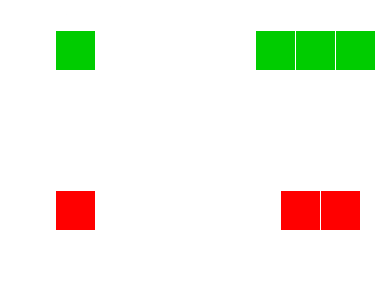
Above: docs/Wiki/Parallelisation/diagrams/rendered/twoThreads.png in butterplup/Task-Scheduler (draw.io), before the change. Source tidied: cells renumbered, new cells last; positions are measured from the earlier drawing's top-left corner, leaving out a move shared by most shapes. The source it was exported from:
```xml
<mxGraphModel>
  <root>
    <mxCell id="0" />
    <mxCell id="1" parent="0" />
    <mxCell id="2" style="whiteSpace=wrap;html=1;fillColor=#00CC00;strokeColor=#FFFFFF;" parent="1" vertex="1">
      <mxGeometry x="55" y="30" width="40" height="40" as="geometry" />
    </mxCell>
    <mxCell id="3" style="whiteSpace=wrap;html=1;fillColor=#00CC00;strokeColor=#FFFFFF;" parent="1" vertex="1">
      <mxGeometry x="255" y="30" width="40" height="40" as="geometry" />
    </mxCell>
    <mxCell id="4" style="whiteSpace=wrap;html=1;fillColor=#00CC00;strokeColor=#FFFFFF;" parent="1" vertex="1">
      <mxGeometry x="295" y="30" width="40" height="40" as="geometry" />
    </mxCell>
    <mxCell id="5" style="whiteSpace=wrap;html=1;fillColor=#00CC00;strokeColor=#FFFFFF;" parent="1" vertex="1">
      <mxGeometry x="335" y="30" width="40" height="40" as="geometry" />
    </mxCell>
    <mxCell id="6" value="After Expansion" style="text;html=1;strokeColor=none;fillColor=none;align=center;verticalAlign=middle;whiteSpace=wrap;rounded=0;fontColor=#FFFFFF;" parent="1" vertex="1">
      <mxGeometry x="270" width="90" height="20" as="geometry" />
    </mxCell>
    <mxCell id="7" value="Thread 1's Schedule Stack" style="text;html=1;strokeColor=none;fillColor=none;align=center;verticalAlign=middle;whiteSpace=wrap;rounded=0;fontColor=#FFFFFF;" parent="1" vertex="1">
      <mxGeometry width="150" height="20" as="geometry" />
    </mxCell>
    <mxCell id="8" style="endArrow=classic;html=1;exitX=0.5;exitY=1;exitDx=0;exitDy=0;entryX=0.5;entryY=1;entryDx=0;entryDy=0;curved=1;strokeColor=#FFFFFF;" parent="1" edge="1" source="2" target="3">
      <mxGeometry relative="1" as="geometry">
        <Array as="points">
          <mxPoint x="175" y="160" />
        </Array>
      </mxGeometry>
    </mxCell>
    <mxCell id="9" style="endArrow=classic;html=1;exitX=0.5;exitY=1;exitDx=0;exitDy=0;entryX=0.5;entryY=1;entryDx=0;entryDy=0;curved=1;strokeColor=#FFFFFF;" parent="1" edge="1" source="2" target="4">
      <mxGeometry relative="1" as="geometry">
        <Array as="points">
          <mxPoint x="185" y="170" />
        </Array>
      </mxGeometry>
    </mxCell>
    <mxCell id="10" style="endArrow=classic;html=1;exitX=0.5;exitY=1;exitDx=0;exitDy=0;entryX=0.5;entryY=1;entryDx=0;entryDy=0;curved=1;strokeColor=#FFFFFF;" parent="1" edge="1" source="2" target="5">
      <mxGeometry relative="1" as="geometry">
        <Array as="points">
          <mxPoint x="195" y="180" />
        </Array>
      </mxGeometry>
    </mxCell>
    <mxCell id="11" style="whiteSpace=wrap;html=1;fillColor=#FF0000;strokeColor=#FFFFFF;" parent="1" vertex="1">
      <mxGeometry x="55" y="190" width="40" height="40" as="geometry" />
    </mxCell>
    <mxCell id="12" style="whiteSpace=wrap;html=1;fillColor=#FF0000;strokeColor=#FFFFFF;" parent="1" vertex="1">
      <mxGeometry x="280" y="190" width="40" height="40" as="geometry" />
    </mxCell>
    <mxCell id="13" style="whiteSpace=wrap;html=1;fillColor=#FF0000;strokeColor=#FFFFFF;" parent="1" vertex="1">
      <mxGeometry x="320" y="190" width="40" height="40" as="geometry" />
    </mxCell>
    <mxCell id="14" value="After Expansion" style="text;html=1;strokeColor=none;fillColor=none;align=center;verticalAlign=middle;whiteSpace=wrap;rounded=0;fontColor=#FFFFFF;" parent="1" vertex="1">
      <mxGeometry x="270" y="160" width="100" height="20" as="geometry" />
    </mxCell>
    <mxCell id="15" value="Thread 2's Schedule Stack" style="text;html=1;strokeColor=none;fillColor=none;align=center;verticalAlign=middle;whiteSpace=wrap;rounded=0;fontColor=#FFFFFF;" parent="1" vertex="1">
      <mxGeometry y="160" width="150" height="20" as="geometry" />
    </mxCell>
    <mxCell id="16" style="endArrow=classic;html=1;exitX=0.5;exitY=1;exitDx=0;exitDy=0;entryX=0.5;entryY=1;entryDx=0;entryDy=0;curved=1;strokeColor=#FFFFFF;" parent="1" edge="1" source="11" target="12">
      <mxGeometry relative="1" as="geometry">
        <Array as="points">
          <mxPoint x="175" y="320" />
        </Array>
      </mxGeometry>
    </mxCell>
    <mxCell id="17" style="endArrow=classic;html=1;exitX=0.5;exitY=1;exitDx=0;exitDy=0;entryX=0.5;entryY=1;entryDx=0;entryDy=0;curved=1;strokeColor=#FFFFFF;" parent="1" edge="1" source="11" target="13">
      <mxGeometry relative="1" as="geometry">
        <Array as="points">
          <mxPoint x="185" y="330" />
        </Array>
      </mxGeometry>
    </mxCell>
  </root>
</mxGraphModel>
```
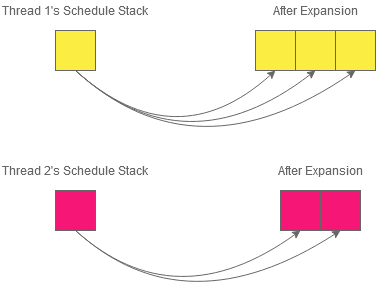
Later version of the same file.

Change to the diagram source:
```diff
@@ -2,68 +2,68 @@
   <root>
     <mxCell id="0" />
     <mxCell id="1" parent="0" />
-    <mxCell id="2" style="whiteSpace=wrap;html=1;fillColor=#00CC00;strokeColor=#FFFFFF;" parent="1" vertex="1">
+    <mxCell id="2" style="whiteSpace=wrap;html=1;fillColor=#FBED42;strokeColor=#666666;" parent="1" vertex="1">
       <mxGeometry x="55" y="30" width="40" height="40" as="geometry" />
     </mxCell>
-    <mxCell id="3" style="whiteSpace=wrap;html=1;fillColor=#00CC00;strokeColor=#FFFFFF;" parent="1" vertex="1">
+    <mxCell id="3" style="whiteSpace=wrap;html=1;fillColor=#FBED42;strokeColor=#666666;" parent="1" vertex="1">
       <mxGeometry x="255" y="30" width="40" height="40" as="geometry" />
     </mxCell>
-    <mxCell id="4" style="whiteSpace=wrap;html=1;fillColor=#00CC00;strokeColor=#FFFFFF;" parent="1" vertex="1">
+    <mxCell id="4" style="whiteSpace=wrap;html=1;fillColor=#FBED42;strokeColor=#666666;" parent="1" vertex="1">
       <mxGeometry x="295" y="30" width="40" height="40" as="geometry" />
     </mxCell>
-    <mxCell id="5" style="whiteSpace=wrap;html=1;fillColor=#00CC00;strokeColor=#FFFFFF;" parent="1" vertex="1">
+    <mxCell id="5" style="whiteSpace=wrap;html=1;fillColor=#FBED42;strokeColor=#666666;" parent="1" vertex="1">
       <mxGeometry x="335" y="30" width="40" height="40" as="geometry" />
     </mxCell>
-    <mxCell id="6" value="After Expansion" style="text;html=1;strokeColor=none;fillColor=none;align=center;verticalAlign=middle;whiteSpace=wrap;rounded=0;fontColor=#FFFFFF;" parent="1" vertex="1">
+    <mxCell id="6" value="After Expansion" style="text;html=1;strokeColor=none;fillColor=none;align=center;verticalAlign=middle;whiteSpace=wrap;rounded=0;fontColor=#666666;" parent="1" vertex="1">
       <mxGeometry x="270" width="90" height="20" as="geometry" />
     </mxCell>
-    <mxCell id="7" value="Thread 1's Schedule Stack" style="text;html=1;strokeColor=none;fillColor=none;align=center;verticalAlign=middle;whiteSpace=wrap;rounded=0;fontColor=#FFFFFF;" parent="1" vertex="1">
+    <mxCell id="7" value="Thread 1's Schedule Stack" style="text;html=1;strokeColor=none;fillColor=none;align=center;verticalAlign=middle;whiteSpace=wrap;rounded=0;fontColor=#666666;" parent="1" vertex="1">
       <mxGeometry width="150" height="20" as="geometry" />
     </mxCell>
-    <mxCell id="8" style="endArrow=classic;html=1;exitX=0.5;exitY=1;exitDx=0;exitDy=0;entryX=0.5;entryY=1;entryDx=0;entryDy=0;curved=1;strokeColor=#FFFFFF;" parent="1" edge="1" source="2" target="3">
+    <mxCell id="8" style="endArrow=classic;html=1;exitX=0.5;exitY=1;exitDx=0;exitDy=0;entryX=0.5;entryY=1;entryDx=0;entryDy=0;curved=1;strokeColor=#666666;" parent="1" edge="1" source="2" target="3">
       <mxGeometry relative="1" as="geometry">
         <Array as="points">
           <mxPoint x="175" y="160" />
         </Array>
       </mxGeometry>
     </mxCell>
-    <mxCell id="9" style="endArrow=classic;html=1;exitX=0.5;exitY=1;exitDx=0;exitDy=0;entryX=0.5;entryY=1;entryDx=0;entryDy=0;curved=1;strokeColor=#FFFFFF;" parent="1" edge="1" source="2" target="4">
+    <mxCell id="9" style="endArrow=classic;html=1;exitX=0.5;exitY=1;exitDx=0;exitDy=0;entryX=0.5;entryY=1;entryDx=0;entryDy=0;curved=1;strokeColor=#666666;" parent="1" edge="1" source="2" target="4">
       <mxGeometry relative="1" as="geometry">
         <Array as="points">
           <mxPoint x="185" y="170" />
         </Array>
       </mxGeometry>
     </mxCell>
-    <mxCell id="10" style="endArrow=classic;html=1;exitX=0.5;exitY=1;exitDx=0;exitDy=0;entryX=0.5;entryY=1;entryDx=0;entryDy=0;curved=1;strokeColor=#FFFFFF;" parent="1" edge="1" source="2" target="5">
+    <mxCell id="10" style="endArrow=classic;html=1;exitX=0.5;exitY=1;exitDx=0;exitDy=0;entryX=0.5;entryY=1;entryDx=0;entryDy=0;curved=1;strokeColor=#666666;" parent="1" edge="1" source="2" target="5">
       <mxGeometry relative="1" as="geometry">
         <Array as="points">
           <mxPoint x="195" y="180" />
         </Array>
       </mxGeometry>
     </mxCell>
-    <mxCell id="11" style="whiteSpace=wrap;html=1;fillColor=#FF0000;strokeColor=#FFFFFF;" parent="1" vertex="1">
+    <mxCell id="11" style="whiteSpace=wrap;html=1;fillColor=#F51676;strokeColor=#666666;" parent="1" vertex="1">
       <mxGeometry x="55" y="190" width="40" height="40" as="geometry" />
     </mxCell>
-    <mxCell id="12" style="whiteSpace=wrap;html=1;fillColor=#FF0000;strokeColor=#FFFFFF;" parent="1" vertex="1">
+    <mxCell id="12" style="whiteSpace=wrap;html=1;fillColor=#F51676;strokeColor=#666666;" parent="1" vertex="1">
       <mxGeometry x="280" y="190" width="40" height="40" as="geometry" />
     </mxCell>
-    <mxCell id="13" style="whiteSpace=wrap;html=1;fillColor=#FF0000;strokeColor=#FFFFFF;" parent="1" vertex="1">
+    <mxCell id="13" style="whiteSpace=wrap;html=1;fillColor=#F51676;strokeColor=#666666;" parent="1" vertex="1">
       <mxGeometry x="320" y="190" width="40" height="40" as="geometry" />
     </mxCell>
-    <mxCell id="14" value="After Expansion" style="text;html=1;strokeColor=none;fillColor=none;align=center;verticalAlign=middle;whiteSpace=wrap;rounded=0;fontColor=#FFFFFF;" parent="1" vertex="1">
+    <mxCell id="14" value="After Expansion" style="text;html=1;strokeColor=none;fillColor=none;align=center;verticalAlign=middle;whiteSpace=wrap;rounded=0;fontColor=#666666;" parent="1" vertex="1">
       <mxGeometry x="270" y="160" width="100" height="20" as="geometry" />
     </mxCell>
-    <mxCell id="15" value="Thread 2's Schedule Stack" style="text;html=1;strokeColor=none;fillColor=none;align=center;verticalAlign=middle;whiteSpace=wrap;rounded=0;fontColor=#FFFFFF;" parent="1" vertex="1">
+    <mxCell id="15" value="Thread 2's Schedule Stack" style="text;html=1;strokeColor=none;fillColor=none;align=center;verticalAlign=middle;whiteSpace=wrap;rounded=0;fontColor=#666666;" parent="1" vertex="1">
       <mxGeometry y="160" width="150" height="20" as="geometry" />
     </mxCell>
-    <mxCell id="16" style="endArrow=classic;html=1;exitX=0.5;exitY=1;exitDx=0;exitDy=0;entryX=0.5;entryY=1;entryDx=0;entryDy=0;curved=1;strokeColor=#FFFFFF;" parent="1" edge="1" source="11" target="12">
+    <mxCell id="16" style="endArrow=classic;html=1;exitX=0.5;exitY=1;exitDx=0;exitDy=0;entryX=0.5;entryY=1;entryDx=0;entryDy=0;curved=1;strokeColor=#666666;" parent="1" edge="1" source="11" target="12">
       <mxGeometry relative="1" as="geometry">
         <Array as="points">
           <mxPoint x="175" y="320" />
         </Array>
       </mxGeometry>
     </mxCell>
-    <mxCell id="17" style="endArrow=classic;html=1;exitX=0.5;exitY=1;exitDx=0;exitDy=0;entryX=0.5;entryY=1;entryDx=0;entryDy=0;curved=1;strokeColor=#FFFFFF;" parent="1" edge="1" source="11" target="13">
+    <mxCell id="17" style="endArrow=classic;html=1;exitX=0.5;exitY=1;exitDx=0;exitDy=0;entryX=0.5;entryY=1;entryDx=0;entryDy=0;curved=1;strokeColor=#666666;" parent="1" edge="1" source="11" target="13">
       <mxGeometry relative="1" as="geometry">
         <Array as="points">
           <mxPoint x="185" y="330" />
```
